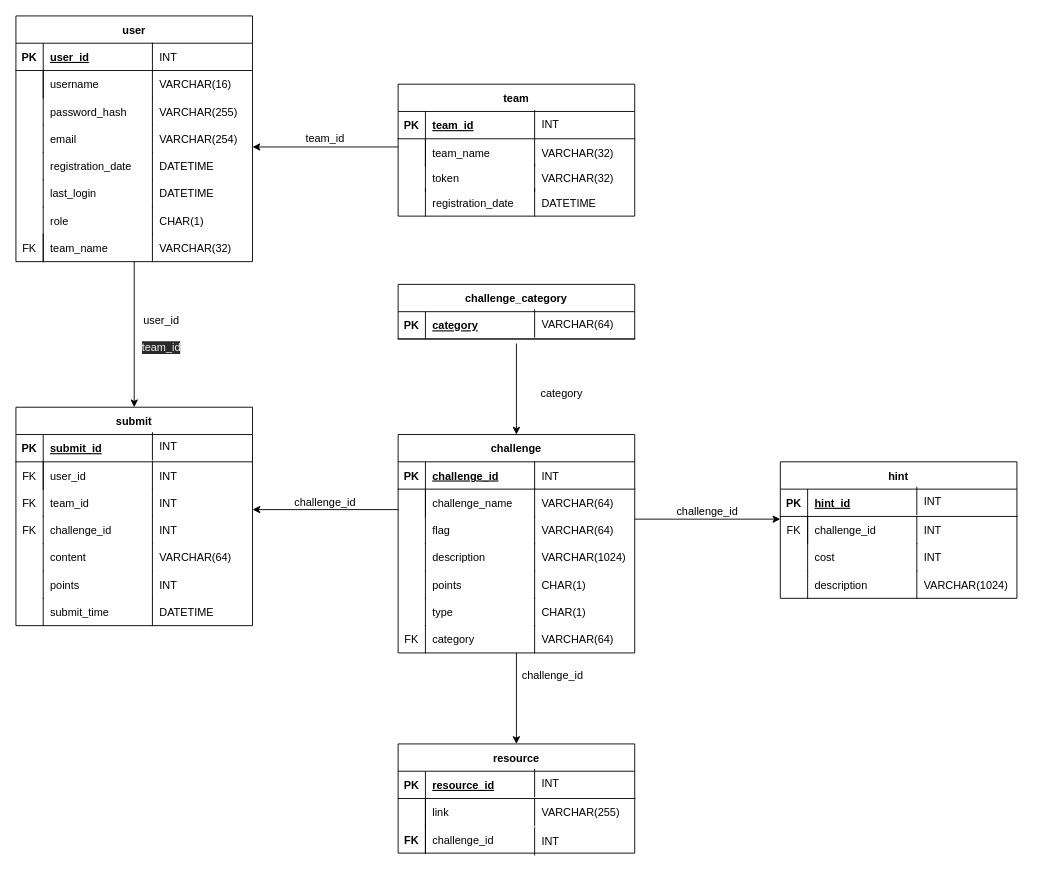
FeeeDz/H4ckUs4t1_CTF keeps this draw.io diagram as db/schema_diagram.drawio. Above is the earlier version. Source tidied: cells renumbered, new cells numbered last; positions are measured from the earlier drawing's top-left corner, leaving out a move shared by most shapes. Both pictures are drawn from the tidied source at 91%, with x=0, y=0 at pixel (15, 15).
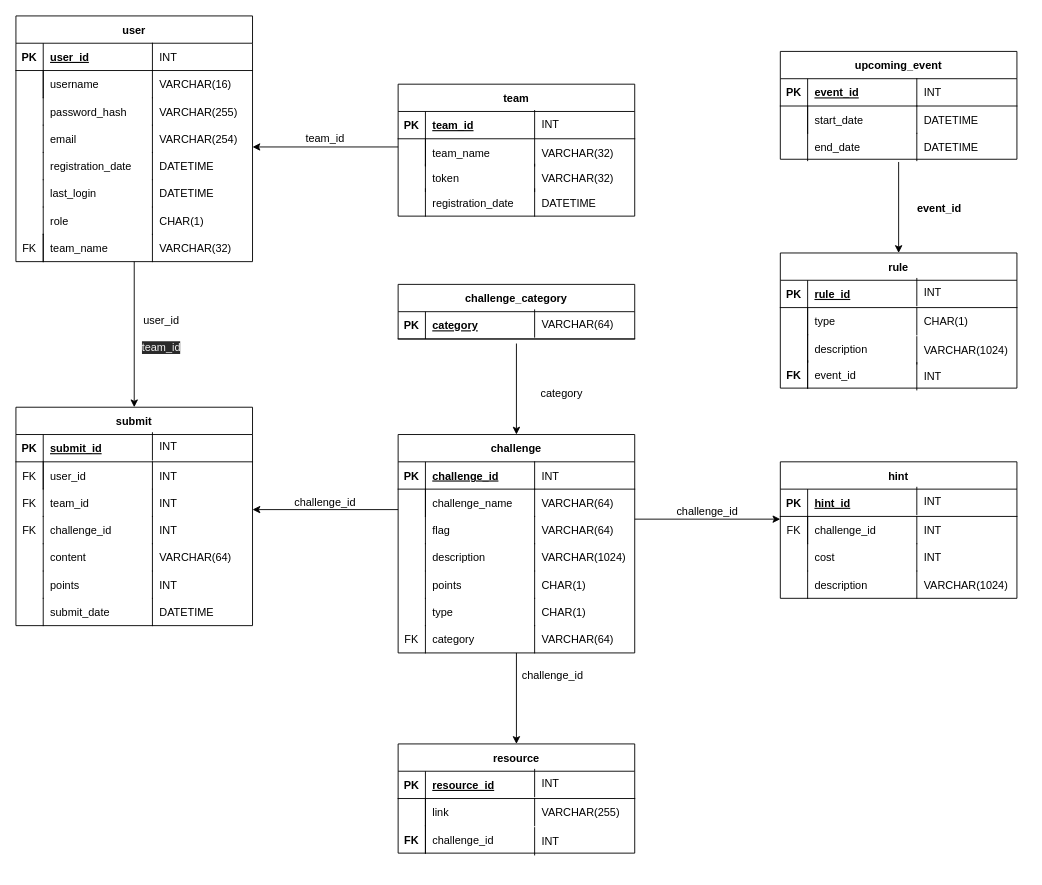
The same page after the edit.

Unchanged cells that the change refers to:
```xml
<mxCell id="157" style="group;" parent="1" vertex="1">
  <mxGeometry y="640" width="130" height="30" as="geometry" />
</mxCell>
```

The edit, as a diff of the source:
```diff
@@
-    <mxCell id="159" value="submit_time" style="shape=partialRectangle;overflow=hidden;fillColor=none;top=0;left=0;bottom=0;right=0;align=left;spacingLeft=6;" parent="157" vertex="1">
+    <mxCell id="159" value="submit_date" style="shape=partialRectangle;overflow=hidden;fillColor=none;top=0;left=0;bottom=0;right=0;align=left;spacingLeft=6;" parent="157" vertex="1">
       <mxGeometry x="30" width="100" height="30" as="geometry" />
     </mxCell>
@@
+    <mxCell id="189" style="shape=partialRectangle;fillColor=none;top=0;left=0;right=0;bottom=0;" parent="1" vertex="1">
+      <mxGeometry x="860" y="114" width="170" height="30" as="geometry" />
+    </mxCell>
+    <mxCell id="190" value="upcoming_event" style="shape=table;startSize=30;childLayout=tableLayout;rowLines=0;fontStyle=1;align=center;" parent="1" vertex="1">
+      <mxGeometry x="840" y="39" width="260" height="118.5" as="geometry" />
+    </mxCell>
+    <mxCell id="191" style="shape=partialRectangle;fillColor=none;top=0;left=0;right=0;bottom=1;" parent="190" vertex="1">
+      <mxGeometry y="30" width="260" height="30" as="geometry" />
+    </mxCell>
+    <mxCell id="192" value="PK" style="shape=partialRectangle;overflow=hidden;fillColor=none;top=0;left=0;bottom=0;right=0;fontStyle=1;" parent="191" vertex="1">
+      <mxGeometry width="30" height="30" as="geometry" />
+    </mxCell>
+    <mxCell id="193" value="event_id" style="shape=partialRectangle;overflow=hidden;fillColor=none;top=0;left=0;bottom=0;right=0;align=left;spacingLeft=6;fontStyle=5;" parent="191" vertex="1">
+      <mxGeometry x="30" width="230" height="30" as="geometry" />
+    </mxCell>
+    <mxCell id="194" style="shape=partialRectangle;fillColor=none;top=0;left=0;right=0;bottom=0;" parent="190" vertex="1">
+      <mxGeometry y="60" width="260" height="30" as="geometry" />
+    </mxCell>
+    <mxCell id="195" style="shape=partialRectangle;overflow=hidden;fillColor=none;top=0;left=0;bottom=0;right=1;" parent="194" vertex="1">
+      <mxGeometry width="30" height="30" as="geometry" />
+    </mxCell>
+    <mxCell id="196" value="start_date" style="shape=partialRectangle;overflow=hidden;fillColor=none;top=0;left=0;bottom=0;right=0;align=left;spacingLeft=6;" parent="194" vertex="1">
+      <mxGeometry x="30" width="230" height="30" as="geometry" />
+    </mxCell>
+    <mxCell id="197" value="DATETIME" style="shape=partialRectangle;overflow=hidden;fillColor=none;top=0;left=1;bottom=0;right=0;align=left;spacingLeft=6;" parent="1" vertex="1">
+      <mxGeometry x="990" y="99" width="120" height="30" as="geometry" />
+    </mxCell>
+    <mxCell id="198" value="INT" style="shape=partialRectangle;overflow=hidden;fillColor=none;top=0;left=1;bottom=0;right=0;align=left;spacingLeft=6;" parent="1" vertex="1">
+      <mxGeometry x="990" y="69" width="100" height="30" as="geometry" />
+    </mxCell>
+    <mxCell id="199" style="shape=partialRectangle;fillColor=none;top=0;left=0;right=0;bottom=0;" parent="1" vertex="1">
+      <mxGeometry x="860" y="335.5" width="170" height="30" as="geometry" />
+    </mxCell>
+    <mxCell id="200" value="rule" style="shape=table;startSize=30;childLayout=tableLayout;rowLines=0;fontStyle=1;align=center;" parent="1" vertex="1">
+      <mxGeometry x="840" y="260.5" width="260" height="148.5" as="geometry" />
+    </mxCell>
+    <mxCell id="201" style="shape=partialRectangle;fillColor=none;top=0;left=0;right=0;bottom=1;" parent="200" vertex="1">
+      <mxGeometry y="30" width="260" height="30" as="geometry" />
+    </mxCell>
+    <mxCell id="202" value="PK" style="shape=partialRectangle;overflow=hidden;fillColor=none;top=0;left=0;bottom=0;right=0;fontStyle=1;" parent="201" vertex="1">
+      <mxGeometry width="30" height="30" as="geometry" />
+    </mxCell>
+    <mxCell id="203" value="rule_id" style="shape=partialRectangle;overflow=hidden;fillColor=none;top=0;left=0;bottom=0;right=0;align=left;spacingLeft=6;fontStyle=5;" parent="201" vertex="1">
+      <mxGeometry x="30" width="230" height="30" as="geometry" />
+    </mxCell>
+    <mxCell id="204" style="shape=partialRectangle;fillColor=none;top=0;left=0;right=0;bottom=0;" parent="200" vertex="1">
+      <mxGeometry y="60" width="260" height="30" as="geometry" />
+    </mxCell>
+    <mxCell id="205" style="shape=partialRectangle;overflow=hidden;fillColor=none;top=0;left=0;bottom=0;right=1;" parent="204" vertex="1">
+      <mxGeometry width="30" height="30" as="geometry" />
+    </mxCell>
+    <mxCell id="206" value="type" style="shape=partialRectangle;overflow=hidden;fillColor=none;top=0;left=0;bottom=0;right=0;align=left;spacingLeft=6;fontStyle=0;" parent="204" vertex="1">
+      <mxGeometry x="30" width="230" height="30" as="geometry" />
+    </mxCell>
+    <mxCell id="207" style="shape=partialRectangle;fillColor=none;top=0;left=0;right=0;bottom=0;" parent="1" vertex="1">
+      <mxGeometry x="840" y="350.5" width="130" height="30" as="geometry" />
+    </mxCell>
+    <mxCell id="208" value="CHAR(1)" style="shape=partialRectangle;overflow=hidden;fillColor=none;top=0;left=1;bottom=0;right=0;align=left;spacingLeft=6;" parent="1" vertex="1">
+      <mxGeometry x="990" y="320.5" width="120" height="30" as="geometry" />
+    </mxCell>
+    <mxCell id="209" value="INT" style="shape=partialRectangle;overflow=hidden;fillColor=none;top=0;left=1;bottom=0;right=0;align=left;spacingLeft=6;" parent="1" vertex="1">
+      <mxGeometry x="990" y="288.5" width="110" height="30" as="geometry" />
+    </mxCell>
+    <mxCell id="210" style="endArrow=classic;html=1;rounded=0;entryX=0.5;entryY=0;entryDx=0;entryDy=0;" parent="1" edge="1">
+      <mxGeometry relative="1" as="geometry">
+        <mxPoint x="970" y="160.5" as="sourcePoint" />
+        <mxPoint x="970" y="260.5" as="targetPoint" />
+      </mxGeometry>
+    </mxCell>
+    <mxCell id="211" value="&lt;span style=&quot;font-weight: 700 ; text-align: left&quot;&gt;event_id&lt;/span&gt;" style="text;html=1;strokeColor=none;fillColor=none;align=center;verticalAlign=middle;whiteSpace=wrap;rounded=0;" parent="1" vertex="1">
+      <mxGeometry x="985" y="196.5" width="60" height="30" as="geometry" />
+    </mxCell>
+    <mxCell id="212" style="group;" parent="1" vertex="1">
+      <mxGeometry x="840" y="129" width="270" height="30" as="geometry" />
+    </mxCell>
+    <mxCell id="213" style="group;" parent="212" vertex="1">
+      <mxGeometry width="130" height="30" as="geometry" />
+    </mxCell>
+    <mxCell id="214" style="shape=partialRectangle;overflow=hidden;fillColor=none;top=0;left=0;bottom=0;right=1;" parent="213" vertex="1">
+      <mxGeometry width="30" height="30" as="geometry" />
+    </mxCell>
+    <mxCell id="215" value="end_date" style="shape=partialRectangle;overflow=hidden;fillColor=none;top=0;left=0;bottom=0;right=0;align=left;spacingLeft=6;" parent="213" vertex="1">
+      <mxGeometry x="30" width="100" height="30" as="geometry" />
+    </mxCell>
+    <mxCell id="216" value="DATETIME" style="shape=partialRectangle;overflow=hidden;fillColor=none;top=0;left=1;bottom=0;right=0;align=left;spacingLeft=6;" parent="212" vertex="1">
+      <mxGeometry x="150" width="120" height="30" as="geometry" />
+    </mxCell>
+    <mxCell id="217" style="shape=partialRectangle;fillColor=none;top=0;left=0;right=0;bottom=0;" parent="1" vertex="1">
+      <mxGeometry x="860" y="367.5" width="170" height="30" as="geometry" />
+    </mxCell>
+    <mxCell id="218" style="shape=partialRectangle;fillColor=none;top=0;left=0;right=0;bottom=0;" parent="1" vertex="1">
+      <mxGeometry x="840" y="350.5" width="260" height="30" as="geometry" />
+    </mxCell>
+    <mxCell id="219" style="shape=partialRectangle;overflow=hidden;fillColor=none;top=0;left=0;bottom=0;right=1;" parent="218" vertex="1">
+      <mxGeometry width="30" height="30" as="geometry" />
+    </mxCell>
+    <mxCell id="220" value="description" style="shape=partialRectangle;overflow=hidden;fillColor=none;top=0;left=0;bottom=0;right=0;align=left;spacingLeft=6;fontStyle=0;" parent="218" vertex="1">
+      <mxGeometry x="30" width="230" height="30" as="geometry" />
+    </mxCell>
+    <mxCell id="221" value="VARCHAR(1024)" style="shape=partialRectangle;overflow=hidden;fillColor=none;top=0;left=1;bottom=0;right=0;align=left;spacingLeft=6;" parent="1" vertex="1">
+      <mxGeometry x="990" y="352.5" width="120" height="30" as="geometry" />
+    </mxCell>
+    <mxCell id="222" style="shape=partialRectangle;overflow=hidden;fillColor=none;top=0;left=0;bottom=0;right=1;fontStyle=1;" parent="1" vertex="1">
+      <mxGeometry x="840" y="350.5" width="30" height="30" as="geometry" />
+    </mxCell>
+    <mxCell id="223" style="shape=partialRectangle;fillColor=none;top=0;left=0;right=0;bottom=0;" parent="1" vertex="1">
+      <mxGeometry x="840" y="379" width="130" height="30" as="geometry" />
+    </mxCell>
+    <mxCell id="224" style="shape=partialRectangle;fillColor=none;top=0;left=0;right=0;bottom=0;" parent="1" vertex="1">
+      <mxGeometry x="840" y="379" width="260" height="30" as="geometry" />
+    </mxCell>
+    <mxCell id="225" style="shape=partialRectangle;overflow=hidden;fillColor=none;top=0;left=0;bottom=0;right=1;" parent="224" vertex="1">
+      <mxGeometry width="30" height="30" as="geometry" />
+    </mxCell>
+    <mxCell id="226" value="event_id" style="shape=partialRectangle;overflow=hidden;fillColor=none;top=0;left=0;bottom=0;right=0;align=left;spacingLeft=6;fontStyle=0;" parent="224" vertex="1">
+      <mxGeometry x="30" width="230" height="30" as="geometry" />
+    </mxCell>
+    <mxCell id="227" value="INT" style="shape=partialRectangle;overflow=hidden;fillColor=none;top=0;left=1;bottom=0;right=0;align=left;spacingLeft=6;" parent="1" vertex="1">
+      <mxGeometry x="990" y="381" width="120" height="30" as="geometry" />
+    </mxCell>
+    <mxCell id="228" value="FK" style="shape=partialRectangle;overflow=hidden;fillColor=none;top=0;left=0;bottom=0;right=1;fontStyle=1;" parent="1" vertex="1">
+      <mxGeometry x="840" y="379" width="30" height="30" as="geometry" />
+    </mxCell>
```
